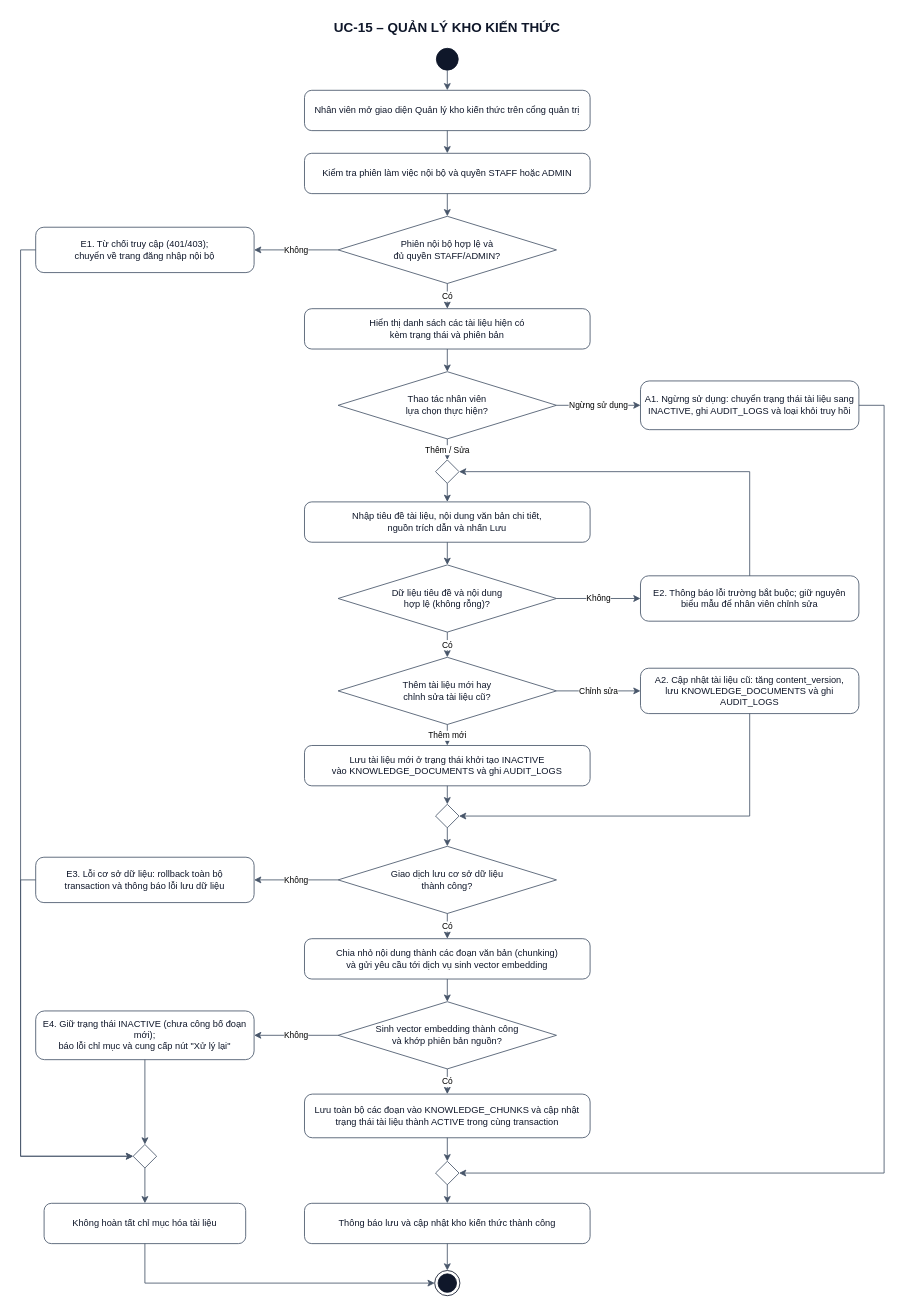
The draw.io diagram docs/diagram/activity/UC-15_Activity.drawio in Kazuken123/prj_sgu26_cnpm, before the edit. Source tidied: cells renumbered, new cells numbered last; positions are measured from the earlier drawing's top-left corner, leaving out a move shared by most shapes. Both pictures are drawn from the tidied source at 84%, with x=0, y=0 at pixel (20, 14).
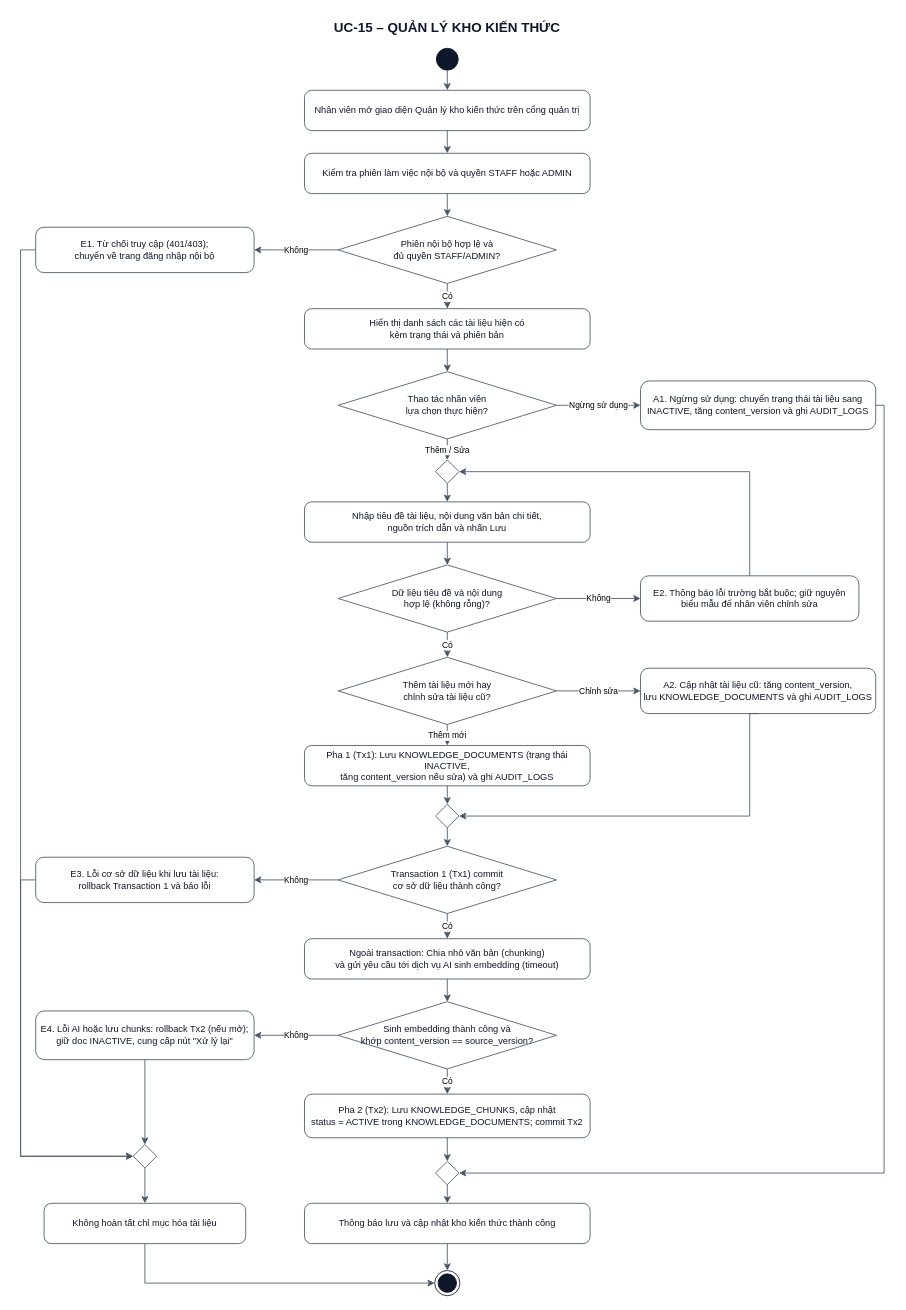
After the change.

The edit, as a diff of the source:
```diff
@@
-    <mxCell id="10" value="A1. Ngừng sử dụng: chuyển trạng thái tài liệu sang&#10;INACTIVE, ghi AUDIT_LOGS và loại khỏi truy hồi" style="rounded=1;arcSize=18;whiteSpace=wrap;html=1;fillColor=#ffffff;strokeColor=#475569;fontColor=#0f172a;fontFamily=Arial;fontSize=11;" parent="1" vertex="1">
-      <mxGeometry x="738" y="436" width="260" height="58" as="geometry" />
+    <mxCell id="10" value="A1. Ngừng sử dụng: chuyển trạng thái tài liệu sang&#10;INACTIVE, tăng content_version và ghi AUDIT_LOGS" style="rounded=1;arcSize=18;whiteSpace=wrap;html=1;fillColor=#ffffff;strokeColor=#475569;fontColor=#0f172a;fontFamily=Arial;fontSize=11;" parent="1" vertex="1">
+      <mxGeometry x="738" y="436" width="280" height="58" as="geometry" />
     </mxCell>
@@
     <mxCell id="16" value="A2. Cập nhật tài liệu cũ: tăng content_version,&#10;lưu KNOWLEDGE_DOCUMENTS và ghi AUDIT_LOGS" style="rounded=1;arcSize=18;whiteSpace=wrap;html=1;fillColor=#ffffff;strokeColor=#475569;fontColor=#0f172a;fontFamily=Arial;fontSize=11;" parent="1" vertex="1">
-      <mxGeometry x="738" y="778" width="260" height="54" as="geometry" />
+      <mxGeometry x="738" y="778" width="280" height="54" as="geometry" />
     </mxCell>
-    <mxCell id="17" value="Lưu tài liệu mới ở trạng thái khởi tạo INACTIVE&#10;vào KNOWLEDGE_DOCUMENTS và ghi AUDIT_LOGS" style="rounded=1;arcSize=18;whiteSpace=wrap;html=1;fillColor=#ffffff;strokeColor=#475569;fontColor=#0f172a;fontFamily=Arial;fontSize=11;" parent="1" vertex="1">
+    <mxCell id="17" value="Pha 1 (Tx1): Lưu KNOWLEDGE_DOCUMENTS (trạng thái INACTIVE,&#10;tăng content_version nếu sửa) và ghi AUDIT_LOGS" style="rounded=1;arcSize=18;whiteSpace=wrap;html=1;fillColor=#ffffff;strokeColor=#475569;fontColor=#0f172a;fontFamily=Arial;fontSize=11;" parent="1" vertex="1">
       <mxGeometry x="338" y="870" width="340" height="48" as="geometry" />
     </mxCell>
@@
-    <mxCell id="19" value="Giao dịch lưu cơ sở dữ liệu&#10;thành công?" style="rhombus;whiteSpace=wrap;html=1;fillColor=#ffffff;strokeColor=#475569;fontColor=#0f172a;fontFamily=Arial;fontSize=11;" parent="1" vertex="1">
+    <mxCell id="19" value="Transaction 1 (Tx1) commit&#10;cơ sở dữ liệu thành công?" style="rhombus;whiteSpace=wrap;html=1;fillColor=#ffffff;strokeColor=#475569;fontColor=#0f172a;fontFamily=Arial;fontSize=11;" parent="1" vertex="1">
       <mxGeometry x="378" y="990" width="260" height="80" as="geometry" />
     </mxCell>
-    <mxCell id="20" value="E3. Lỗi cơ sở dữ liệu: rollback toàn bộ&#10;transaction và thông báo lỗi lưu dữ liệu" style="rounded=1;arcSize=18;whiteSpace=wrap;html=1;fillColor=#ffffff;strokeColor=#475569;fontColor=#0f172a;fontFamily=Arial;fontSize=11;" parent="1" vertex="1">
+    <mxCell id="20" value="E3. Lỗi cơ sở dữ liệu khi lưu tài liệu:&#10;rollback Transaction 1 và báo lỗi" style="rounded=1;arcSize=18;whiteSpace=wrap;html=1;fillColor=#ffffff;strokeColor=#475569;fontColor=#0f172a;fontFamily=Arial;fontSize=11;" parent="1" vertex="1">
       <mxGeometry x="18" y="1003" width="260" height="54" as="geometry" />
     </mxCell>
-    <mxCell id="21" value="Chia nhỏ nội dung thành các đoạn văn bản (chunking)&#10;và gửi yêu cầu tới dịch vụ sinh vector embedding" style="rounded=1;arcSize=18;whiteSpace=wrap;html=1;fillColor=#ffffff;strokeColor=#475569;fontColor=#0f172a;fontFamily=Arial;fontSize=11;" parent="1" vertex="1">
+    <mxCell id="21" value="Ngoài transaction: Chia nhỏ văn bản (chunking)&#10;và gửi yêu cầu tới dịch vụ AI sinh embedding (timeout)" style="rounded=1;arcSize=18;whiteSpace=wrap;html=1;fillColor=#ffffff;strokeColor=#475569;fontColor=#0f172a;fontFamily=Arial;fontSize=11;" parent="1" vertex="1">
       <mxGeometry x="338" y="1100" width="340" height="48" as="geometry" />
     </mxCell>
-    <mxCell id="22" value="Sinh vector embedding thành công&#10;và khớp phiên bản nguồn?" style="rhombus;whiteSpace=wrap;html=1;fillColor=#ffffff;strokeColor=#475569;fontColor=#0f172a;fontFamily=Arial;fontSize=11;" parent="1" vertex="1">
+    <mxCell id="22" value="Sinh embedding thành công và&#10;khớp content_version == source_version?" style="rhombus;whiteSpace=wrap;html=1;fillColor=#ffffff;strokeColor=#475569;fontColor=#0f172a;fontFamily=Arial;fontSize=11;" parent="1" vertex="1">
       <mxGeometry x="378" y="1175" width="260" height="80" as="geometry" />
     </mxCell>
-    <mxCell id="23" value="E4. Giữ trạng thái INACTIVE (chưa công bố đoạn mới);&#10;báo lỗi chỉ mục và cung cấp nút &quot;Xử lý lại&quot;" style="rounded=1;arcSize=18;whiteSpace=wrap;html=1;fillColor=#ffffff;strokeColor=#475569;fontColor=#0f172a;fontFamily=Arial;fontSize=11;" parent="1" vertex="1">
+    <mxCell id="23" value="E4. Lỗi AI hoặc lưu chunks: rollback Tx2 (nếu mở);&#10;giữ doc INACTIVE, cung cấp nút &quot;Xử lý lại&quot;" style="rounded=1;arcSize=18;whiteSpace=wrap;html=1;fillColor=#ffffff;strokeColor=#475569;fontColor=#0f172a;fontFamily=Arial;fontSize=11;" parent="1" vertex="1">
       <mxGeometry x="18" y="1186" width="260" height="58" as="geometry" />
     </mxCell>
-    <mxCell id="24" value="Lưu toàn bộ các đoạn vào KNOWLEDGE_CHUNKS và cập nhật&#10;trạng thái tài liệu thành ACTIVE trong cùng transaction" style="rounded=1;arcSize=18;whiteSpace=wrap;html=1;fillColor=#ffffff;strokeColor=#475569;fontColor=#0f172a;fontFamily=Arial;fontSize=11;" parent="1" vertex="1">
+    <mxCell id="24" value="Pha 2 (Tx2): Lưu KNOWLEDGE_CHUNKS, cập nhật&#10;status = ACTIVE trong KNOWLEDGE_DOCUMENTS; commit Tx2" style="rounded=1;arcSize=18;whiteSpace=wrap;html=1;fillColor=#ffffff;strokeColor=#475569;fontColor=#0f172a;fontFamily=Arial;fontSize=11;" parent="1" vertex="1">
       <mxGeometry x="338" y="1285" width="340" height="52" as="geometry" />
     </mxCell>
```
